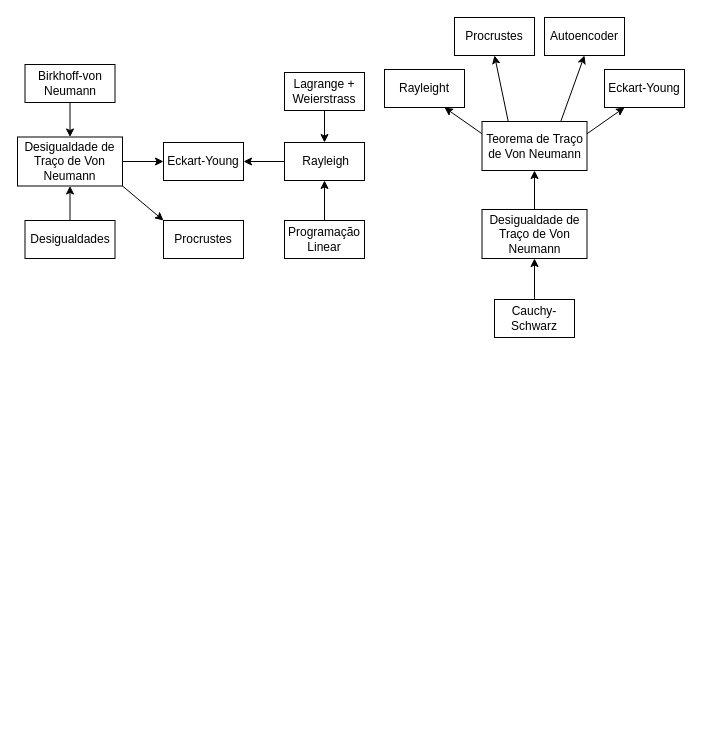
Earlier version of the draw.io diagram slides/figures/multiple-paths.drawio (joaovictorlopezpereira/Recursive-OLS-Derivation). Source tidied: cells renumbered, new cells numbered last; positions are measured from the earlier drawing's top-left corner, leaving out a move shared by most shapes. Both pictures are drawn from the tidied source at 100%, with x=0, y=0 at pixel (17, 17).
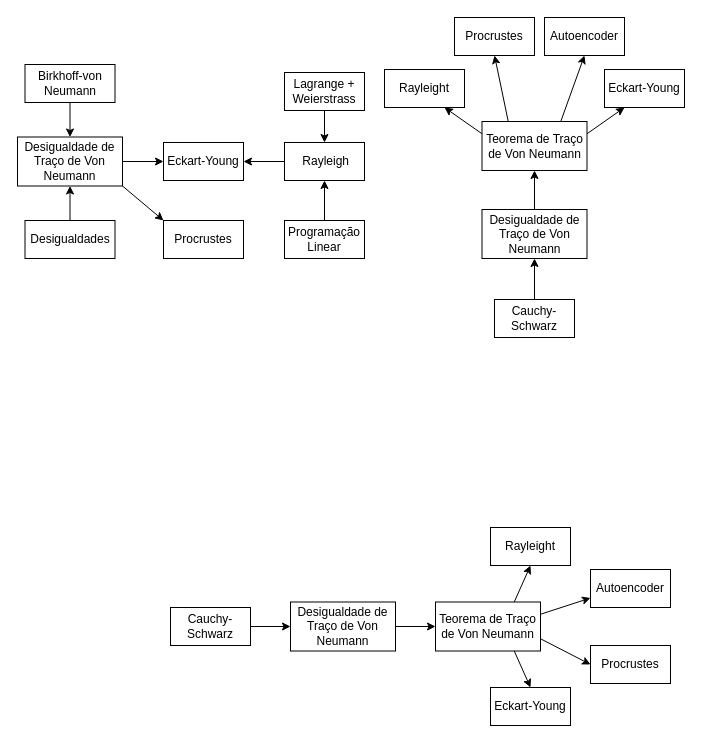
The same page after the edit.

What changed in the source:
```diff
@@
+    <mxCell id="30" style="edgeStyle=none;html=1;entryX=0;entryY=0.5;entryDx=0;entryDy=0;" parent="1" edge="1" source="31" target="38">
+      <mxGeometry relative="1" as="geometry" />
+    </mxCell>
+    <mxCell id="31" value="&lt;p&gt;&lt;span style=&quot;color: rgb(0, 0, 0);&quot;&gt;Desigualdade de Traço de Von Neumann&lt;/span&gt;&lt;/p&gt;" style="whiteSpace=wrap;html=1;" parent="1" vertex="1">
+      <mxGeometry x="273" y="584.5" width="105" height="49" as="geometry" />
+    </mxCell>
+    <mxCell id="32" style="edgeStyle=none;html=1;entryX=0;entryY=0.5;entryDx=0;entryDy=0;" parent="1" edge="1" source="33" target="31">
+      <mxGeometry relative="1" as="geometry" />
+    </mxCell>
+    <mxCell id="33" value="Cauchy-Schwarz" style="whiteSpace=wrap;html=1;" parent="1" vertex="1">
+      <mxGeometry x="153" y="590" width="80" height="38" as="geometry" />
+    </mxCell>
+    <mxCell id="34" style="edgeStyle=none;html=1;entryX=0.5;entryY=1;entryDx=0;entryDy=0;exitX=0.75;exitY=0;exitDx=0;exitDy=0;" parent="1" edge="1" source="38" target="42">
+      <mxGeometry relative="1" as="geometry" />
+    </mxCell>
+    <mxCell id="35" style="edgeStyle=none;html=1;exitX=0.75;exitY=1;exitDx=0;exitDy=0;entryX=0.5;entryY=0;entryDx=0;entryDy=0;" parent="1" edge="1" source="38" target="41">
+      <mxGeometry relative="1" as="geometry" />
+    </mxCell>
+    <mxCell id="36" style="edgeStyle=none;html=1;entryX=0;entryY=0.5;entryDx=0;entryDy=0;exitX=1;exitY=0.75;exitDx=0;exitDy=0;" parent="1" edge="1" source="38" target="39">
+      <mxGeometry relative="1" as="geometry" />
+    </mxCell>
+    <mxCell id="37" style="edgeStyle=none;html=1;exitX=1;exitY=0.25;exitDx=0;exitDy=0;entryX=0;entryY=0.75;entryDx=0;entryDy=0;" parent="1" edge="1" source="38" target="40">
+      <mxGeometry relative="1" as="geometry" />
+    </mxCell>
+    <mxCell id="38" value="&lt;p&gt;&lt;span style=&quot;color: rgb(0, 0, 0);&quot;&gt;Teorema de Traço de Von Neumann&lt;/span&gt;&lt;/p&gt;" style="whiteSpace=wrap;html=1;" parent="1" vertex="1">
+      <mxGeometry x="418" y="584.5" width="105" height="49" as="geometry" />
+    </mxCell>
+    <mxCell id="39" value="Procrustes" style="whiteSpace=wrap;html=1;" parent="1" vertex="1">
+      <mxGeometry x="573" y="628" width="80" height="38" as="geometry" />
+    </mxCell>
+    <mxCell id="40" value="Autoencoder" style="whiteSpace=wrap;html=1;" parent="1" vertex="1">
+      <mxGeometry x="573" y="552" width="80" height="38" as="geometry" />
+    </mxCell>
+    <mxCell id="41" value="Eckart-Young" style="whiteSpace=wrap;html=1;" parent="1" vertex="1">
+      <mxGeometry x="473" y="670" width="80" height="38" as="geometry" />
+    </mxCell>
+    <mxCell id="42" value="Rayleight" style="whiteSpace=wrap;html=1;" parent="1" vertex="1">
+      <mxGeometry x="473" y="510" width="80" height="38" as="geometry" />
+    </mxCell>
```
